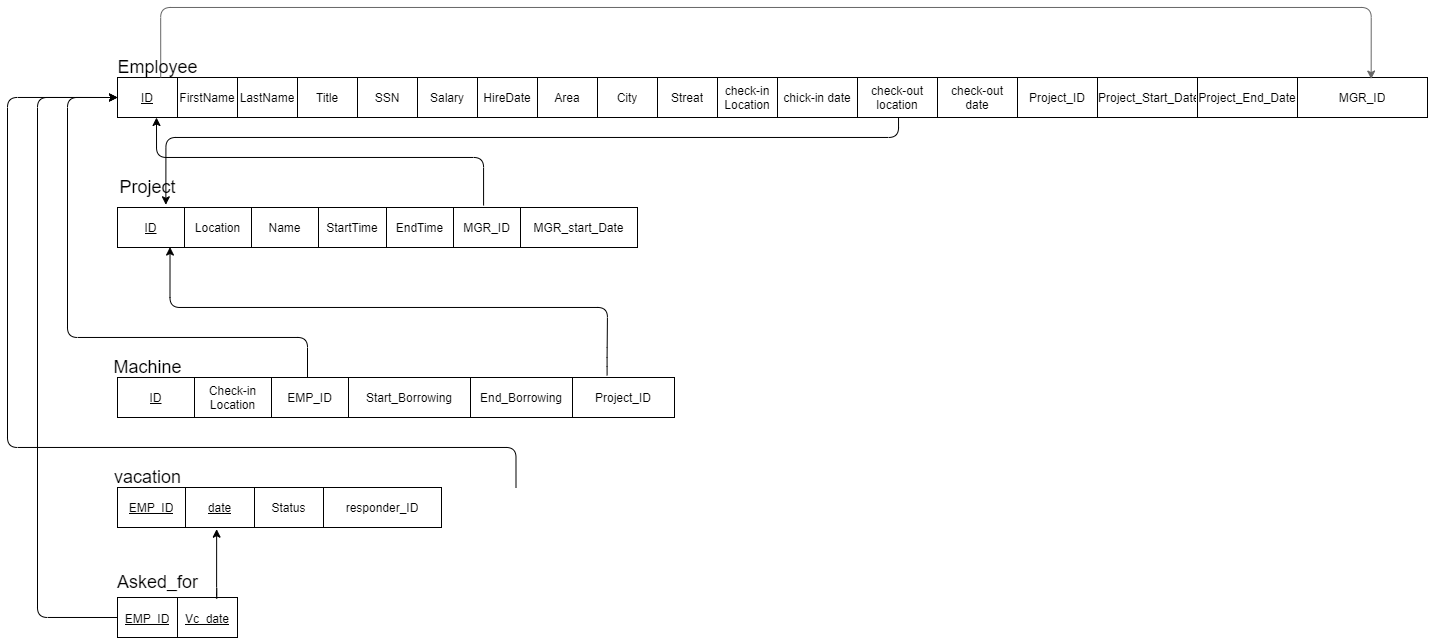
aymanred121/IGEC-Logging-App-Project keeps this draw.io diagram as schema.png. Above is the earlier version. Source tidied: cells renumbered, new cells last; positions are measured from the earlier drawing's top-left corner, leaving out a move shared by most shapes.
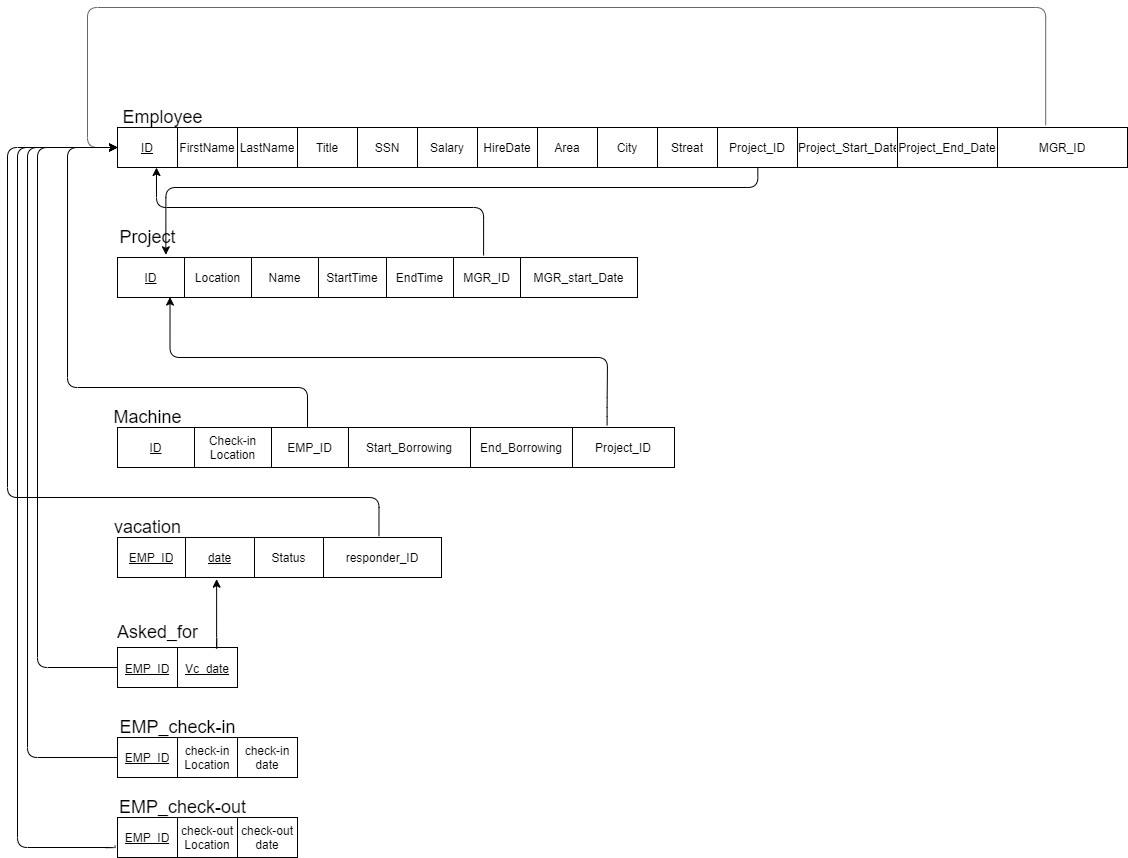
After the change.

What changed in the source:
```diff
@@ -3,10 +3,10 @@
     <mxCell id="0" />
     <mxCell id="1" parent="0" />
     <mxCell id="2" style="shape=table;startSize=0;" parent="1" vertex="1">
-      <mxGeometry x="110" y="70" width="1310" height="40" as="geometry" />
+      <mxGeometry x="110" y="70" width="1010" height="40" as="geometry" />
     </mxCell>
     <mxCell id="3" style="shape=partialRectangle;fillColor=none;top=0;left=0;bottom=0;right=0;points=[[0,0.5],[1,0.5]];portConstraint=eastwest;" parent="2" vertex="1">
-      <mxGeometry width="1310" height="40" as="geometry" />
+      <mxGeometry width="1010" height="40" as="geometry" />
     </mxCell>
     <mxCell id="4" value="&lt;u&gt;ID&lt;/u&gt;" style="shape=partialRectangle;html=1;whiteSpace=wrap;overflow=hidden;fillColor=none;top=0;left=0;bottom=0;right=0;" parent="3" vertex="1">
       <mxGeometry width="60" height="40" as="geometry" />
@@ -38,40 +38,29 @@
     <mxCell id="13" value="Streat" style="shape=partialRectangle;html=1;whiteSpace=wrap;overflow=hidden;fillColor=none;top=0;left=0;bottom=0;right=0;" parent="3" vertex="1">
       <mxGeometry x="540" width="60" height="40" as="geometry" />
     </mxCell>
-    <mxCell id="14" value="check-in Location" style="shape=partialRectangle;html=1;whiteSpace=wrap;overflow=hidden;fillColor=none;top=0;left=0;bottom=0;right=0;" parent="3" vertex="1">
-      <mxGeometry x="600" width="60" height="40" as="geometry" />
-    </mxCell>
-    <mxCell id="15" value="chick-in date" style="shape=partialRectangle;html=1;whiteSpace=wrap;overflow=hidden;fillColor=none;top=0;left=0;bottom=0;right=0;strokeColor=default;fontColor=default;" parent="3" vertex="1">
-      <mxGeometry x="660" width="80" height="40" as="geometry" />
-    </mxCell>
-    <mxCell id="16" value="check-out location" style="shape=partialRectangle;html=1;whiteSpace=wrap;overflow=hidden;fillColor=none;top=0;left=0;bottom=0;right=0;strokeColor=default;fontColor=default;" parent="3" vertex="1">
-      <mxGeometry x="740" width="80" height="40" as="geometry" />
-    </mxCell>
-    <mxCell id="17" value="check-out date" style="shape=partialRectangle;html=1;whiteSpace=wrap;overflow=hidden;fillColor=none;top=0;left=0;bottom=0;right=0;" parent="3" vertex="1">
-      <mxGeometry x="820" width="80" height="40" as="geometry" />
-    </mxCell>
     <mxCell id="18" value="Project_ID" style="shape=partialRectangle;html=1;whiteSpace=wrap;overflow=hidden;fillColor=none;top=0;left=0;bottom=0;right=0;" parent="3" vertex="1">
-      <mxGeometry x="900" width="80" height="40" as="geometry" />
+      <mxGeometry x="600" width="80" height="40" as="geometry" />
     </mxCell>
     <mxCell id="19" value="Project_Start_Date" style="shape=partialRectangle;html=1;whiteSpace=wrap;overflow=hidden;fillColor=none;top=0;left=0;bottom=0;right=0;" parent="3" vertex="1">
-      <mxGeometry x="980" width="100" height="40" as="geometry" />
+      <mxGeometry x="680" width="100" height="40" as="geometry" />
     </mxCell>
     <mxCell id="20" value="Project_End_Date" style="shape=partialRectangle;html=1;whiteSpace=wrap;overflow=hidden;fillColor=none;top=0;left=0;bottom=0;right=0;" parent="3" vertex="1">
-      <mxGeometry x="1080" width="100" height="40" as="geometry" />
+      <mxGeometry x="780" width="100" height="40" as="geometry" />
     </mxCell>
     <mxCell id="21" value="MGR_ID" style="shape=partialRectangle;html=1;whiteSpace=wrap;overflow=hidden;fillColor=none;top=0;left=0;bottom=0;right=0;" parent="3" vertex="1">
-      <mxGeometry x="1180" width="130" height="40" as="geometry" />
+      <mxGeometry x="880" width="130" height="40" as="geometry" />
     </mxCell>
-    <mxCell id="22" style="edgeStyle=segmentEdgeStyle;endArrow=classic;html=1;strokeColor=#666666;strokeWidth=1;exitX=0.033;exitY=0;exitDx=0;exitDy=0;exitPerimeter=0;entryX=0.957;entryY=0.039;entryDx=0;entryDy=0;entryPerimeter=0;labelBackgroundColor=default;fontColor=default;fillColor=#f5f5f5;" parent="2" edge="1" source="3" target="3">
+    <mxCell id="22" style="edgeStyle=segmentEdgeStyle;endArrow=classic;html=1;strokeColor=#666666;strokeWidth=1;labelBackgroundColor=default;fontColor=default;fillColor=#f5f5f5;exitX=0.919;exitY=-0.055;exitDx=0;exitDy=0;exitPerimeter=0;entryX=0;entryY=0.5;entryDx=0;entryDy=0;" parent="2" edge="1" source="3" target="3">
       <mxGeometry relative="1" as="geometry">
         <Array as="points">
-          <mxPoint x="43" y="-70" />
-          <mxPoint x="1254" y="-70" />
+          <mxPoint x="928" y="-120" />
+          <mxPoint x="-30" y="-120" />
+          <mxPoint x="-30" y="20" />
         </Array>
       </mxGeometry>
     </mxCell>
     <mxCell id="23" value="&lt;font style=&quot;font-size: 18px&quot;&gt;Employee&lt;/font&gt;" style="text;html=1;align=center;verticalAlign=middle;strokeColor=none;fontColor=default;" parent="1" vertex="1">
-      <mxGeometry x="100" y="50" width="100" height="20" as="geometry" />
+      <mxGeometry x="105" y="50" width="100" height="20" as="geometry" />
     </mxCell>
     <mxCell id="24" style="shape=table;startSize=0;" parent="1" vertex="1">
       <mxGeometry x="110" y="200" width="520" height="40" as="geometry" />
@@ -158,10 +147,10 @@
         </Array>
       </mxGeometry>
     </mxCell>
-    <mxCell id="46" style="edgeStyle=segmentEdgeStyle;endArrow=classic;html=1;strokeColor=#000000;strokeWidth=1;entryX=0.093;entryY=-0.068;entryDx=0;entryDy=0;entryPerimeter=0;labelBackgroundColor=default;fontColor=default;" parent="1" edge="1" source="3" target="25">
+    <mxCell id="46" style="edgeStyle=segmentEdgeStyle;endArrow=classic;html=1;strokeColor=#000000;strokeWidth=1;entryX=0.093;entryY=-0.068;entryDx=0;entryDy=0;entryPerimeter=0;labelBackgroundColor=default;fontColor=default;exitX=0.634;exitY=0.989;exitDx=0;exitDy=0;exitPerimeter=0;" parent="1" edge="1" source="3" target="25">
       <mxGeometry relative="1" as="geometry">
         <Array as="points">
-          <mxPoint x="891" y="130" />
+          <mxPoint x="750" y="130" />
           <mxPoint x="158" y="130" />
         </Array>
       </mxGeometry>
@@ -187,11 +176,10 @@
     <mxCell id="53" value="&lt;font style=&quot;font-size: 18px&quot;&gt;vacation&lt;/font&gt;" style="text;html=1;align=center;verticalAlign=middle;strokeColor=none;fillColor=none;fontColor=default;" parent="1" vertex="1">
       <mxGeometry x="100" y="460" width="80" height="20" as="geometry" />
     </mxCell>
-    <mxCell id="54" style="edgeStyle=segmentEdgeStyle;endArrow=classic;html=1;strokeColor=#000000;strokeWidth=1;labelBackgroundColor=default;fontColor=default;entryX=0;entryY=0.5;entryDx=0;entryDy=0;" parent="1" edge="1" target="3">
+    <mxCell id="54" style="edgeStyle=segmentEdgeStyle;endArrow=classic;html=1;strokeColor=#000000;strokeWidth=1;labelBackgroundColor=default;fontColor=default;entryX=0;entryY=0.5;entryDx=0;entryDy=0;exitX=0.807;exitY=-0.034;exitDx=0;exitDy=0;exitPerimeter=0;" parent="1" edge="1" source="48" target="3">
       <mxGeometry relative="1" as="geometry">
-        <mxPoint x="508.5" y="480" as="sourcePoint" />
         <Array as="points">
-          <mxPoint x="509" y="440" />
+          <mxPoint x="372" y="440" />
           <mxPoint y="440" />
           <mxPoint y="90" />
         </Array>
@@ -227,5 +215,58 @@
         </Array>
       </mxGeometry>
     </mxCell>
+    <mxCell id="62" style="shape=table;startSize=0;fontColor=default;strokeColor=default;fillColor=default;" parent="1" vertex="1">
+      <mxGeometry x="110" y="680" width="180" height="40" as="geometry" />
+    </mxCell>
+    <mxCell id="63" style="shape=partialRectangle;fillColor=none;top=0;left=0;bottom=0;right=0;points=[[0,0.5],[1,0.5]];portConstraint=eastwest;fontColor=default;strokeColor=default;" parent="62" vertex="1">
+      <mxGeometry width="180" height="40" as="geometry" />
+    </mxCell>
+    <mxCell id="64" value="&lt;u&gt;EMP_ID&lt;/u&gt;" style="shape=partialRectangle;html=1;whiteSpace=wrap;overflow=hidden;fillColor=none;top=0;left=0;bottom=0;right=0;fontColor=default;strokeColor=default;" parent="63" vertex="1">
+      <mxGeometry width="60" height="40" as="geometry" />
+    </mxCell>
+    <mxCell id="14" value="&lt;span&gt;check-in Location&lt;/span&gt;" style="shape=partialRectangle;html=1;whiteSpace=wrap;overflow=hidden;fillColor=none;top=0;left=0;bottom=0;right=0;fontColor=default;strokeColor=default;" parent="63" vertex="1">
+      <mxGeometry x="60" width="60" height="40" as="geometry" />
+    </mxCell>
+    <mxCell id="65" value="&lt;span&gt;check-in date&lt;/span&gt;" style="shape=partialRectangle;html=1;whiteSpace=wrap;overflow=hidden;fillColor=none;top=0;left=0;bottom=0;right=0;fontColor=default;strokeColor=default;" parent="63" vertex="1">
+      <mxGeometry x="120" width="60" height="40" as="geometry" />
+    </mxCell>
+    <mxCell id="66" style="shape=table;startSize=0;fontColor=default;strokeColor=default;fillColor=default;" parent="1" vertex="1">
+      <mxGeometry x="110" y="760" width="180" height="40" as="geometry" />
+    </mxCell>
+    <mxCell id="67" style="shape=partialRectangle;fillColor=none;top=0;left=0;bottom=0;right=0;points=[[0,0.5],[1,0.5]];portConstraint=eastwest;fontColor=default;strokeColor=default;" parent="66" vertex="1">
+      <mxGeometry width="180" height="40" as="geometry" />
+    </mxCell>
+    <mxCell id="68" value="&lt;u&gt;EMP_ID&lt;/u&gt;" style="shape=partialRectangle;html=1;whiteSpace=wrap;overflow=hidden;fillColor=none;top=0;left=0;bottom=0;right=0;fontColor=default;strokeColor=default;" parent="67" vertex="1">
+      <mxGeometry width="60" height="40" as="geometry" />
+    </mxCell>
+    <mxCell id="69" value="&lt;span&gt;check-out Location&lt;/span&gt;" style="shape=partialRectangle;html=1;whiteSpace=wrap;overflow=hidden;fillColor=none;top=0;left=0;bottom=0;right=0;fontColor=default;strokeColor=default;" parent="67" vertex="1">
+      <mxGeometry x="60" width="60" height="40" as="geometry" />
+    </mxCell>
+    <mxCell id="17" value="&lt;span&gt;check-out date&lt;/span&gt;" style="shape=partialRectangle;html=1;whiteSpace=wrap;overflow=hidden;fillColor=none;top=0;left=0;bottom=0;right=0;fontColor=default;strokeColor=default;" parent="67" vertex="1">
+      <mxGeometry x="120" width="60" height="40" as="geometry" />
+    </mxCell>
+    <mxCell id="70" value="&lt;font style=&quot;font-size: 18px&quot;&gt;EMP_check-in&lt;/font&gt;" style="text;html=1;align=center;verticalAlign=middle;strokeColor=none;fillColor=none;fontColor=default;" parent="1" vertex="1">
+      <mxGeometry x="105" y="660" width="130" height="20" as="geometry" />
+    </mxCell>
+    <mxCell id="71" value="&lt;font style=&quot;font-size: 18px&quot;&gt;EMP_check-out&lt;/font&gt;" style="text;html=1;align=center;verticalAlign=middle;strokeColor=none;fillColor=none;fontColor=default;" parent="1" vertex="1">
+      <mxGeometry x="105" y="740" width="140" height="20" as="geometry" />
+    </mxCell>
+    <mxCell id="72" style="edgeStyle=segmentEdgeStyle;endArrow=classic;html=1;strokeColor=#000000;strokeWidth=1;labelBackgroundColor=default;fontColor=default;entryX=0;entryY=0.5;entryDx=0;entryDy=0;exitX=-0.013;exitY=0.704;exitDx=0;exitDy=0;exitPerimeter=0;" parent="1" edge="1" source="67" target="3">
+      <mxGeometry relative="1" as="geometry">
+        <Array as="points">
+          <mxPoint x="108" y="790" />
+          <mxPoint x="10" y="790" />
+          <mxPoint x="10" y="90" />
+        </Array>
+      </mxGeometry>
+    </mxCell>
+    <mxCell id="73" style="edgeStyle=segmentEdgeStyle;endArrow=classic;html=1;strokeColor=#000000;strokeWidth=1;labelBackgroundColor=default;fontColor=default;entryX=0;entryY=0.5;entryDx=0;entryDy=0;exitX=0;exitY=0.5;exitDx=0;exitDy=0;" parent="1" edge="1" source="63" target="3">
+      <mxGeometry relative="1" as="geometry">
+        <Array as="points">
+          <mxPoint x="20" y="700" />
+          <mxPoint x="20" y="90" />
+        </Array>
+      </mxGeometry>
+    </mxCell>
   </root>
 </mxGraphModel>
```
